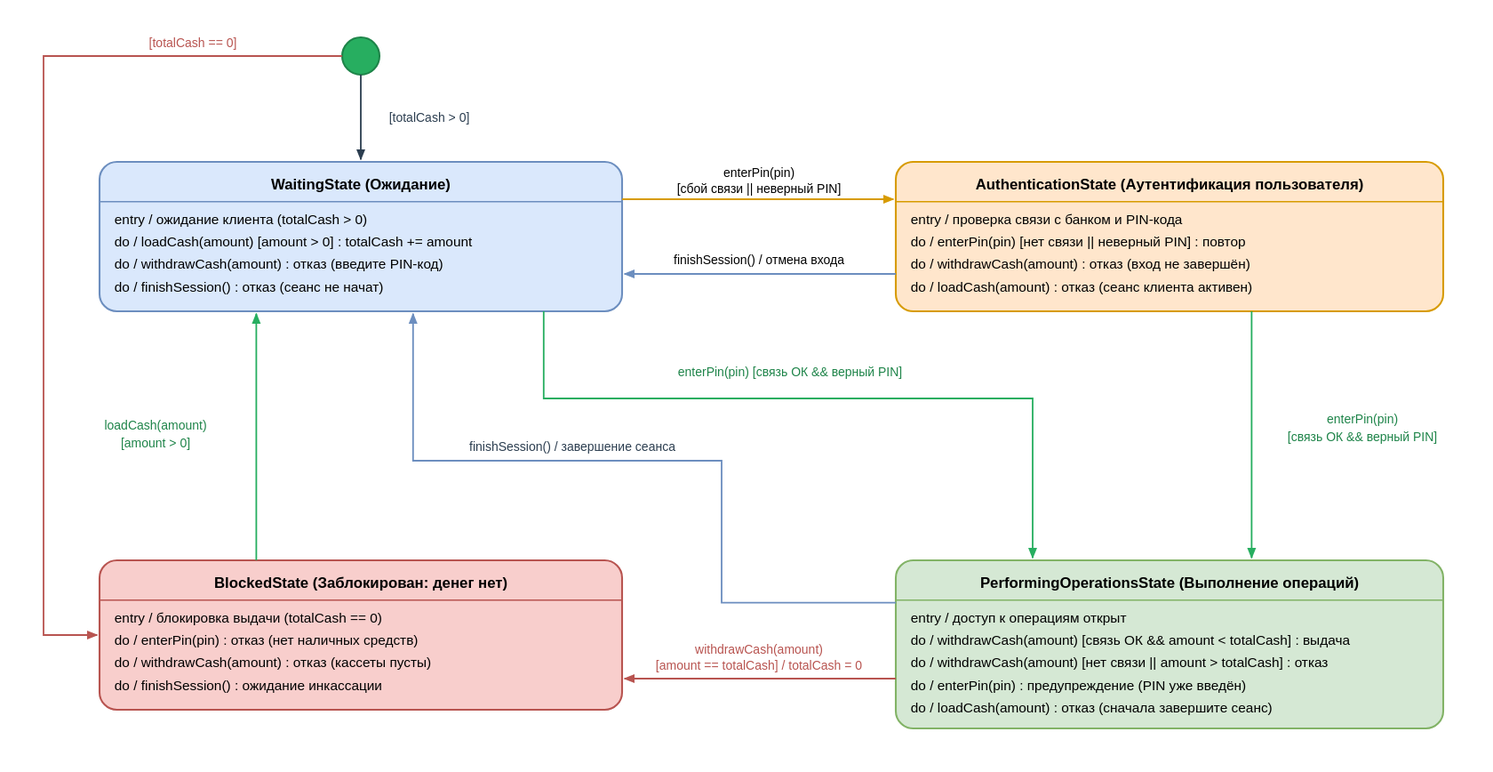
NomenConservandum/informational-systems-and-design-lab-exercises keeps this PlantUML diagram as lab-4/state_diagram.drawio.svg. Above is the earlier version. Its source is kept beside it as lab-4/state_diagram.puml.
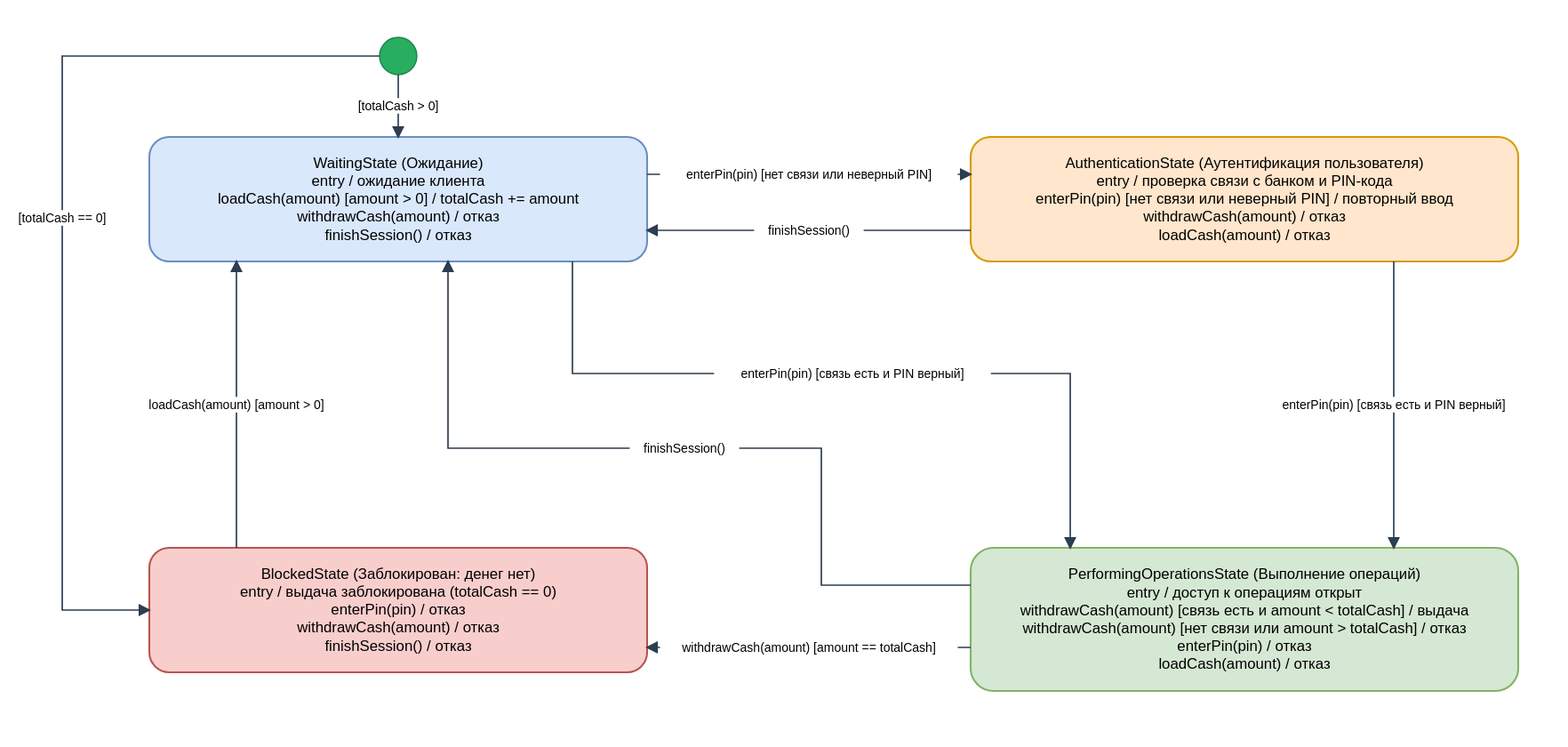
The same file after the commit.

Change to the diagram source:
```diff
@@ -1,6 +1,6 @@
 @startuml
 skinparam monochrome false
-skinparam roundcorner 12
+skinparam roundcorner 10
 skinparam shadowing false
 
 skinparam state {
@@ -11,47 +11,44 @@
     EndColor #C0392B
 }
 
-[*] --> WaitingState : Инициализация\n[totalCash > 0]
-[*] --> BlockedState : Инициализация\n[totalCash == 0]
+[*] --> WaitingState : [totalCash > 0]
+[*] --> BlockedState : [totalCash == 0]
 
 state WaitingState as "WaitingState\n(Ожидание)" {
-    WaitingState : entry / ожидание клиента (totalCash > 0)
+    WaitingState : entry / ожидание клиента
     WaitingState : loadCash(amount) [amount > 0] / totalCash += amount
-    WaitingState : withdrawCash(amount) / отказ: сначала введите PIN-код
-    WaitingState : finishSession() / отказ: сеанс не начат
+    WaitingState : withdrawCash(amount) / отказ
+    WaitingState : finishSession() / отказ
 }
 
 state AuthenticationState as "AuthenticationState\n(Аутентификация пользователя)" {
     AuthenticationState : entry / проверка связи с банком и PIN-кода
-    AuthenticationState : enterPin(pin) [сбой связи ИЛИ неверный PIN] / ожидание повтора
-    AuthenticationState : withdrawCash(amount) / отказ: вход не завершён
-    AuthenticationState : loadCash(amount) / отказ: сеанс клиента активен
+    AuthenticationState : enterPin(pin) [нет связи или неверный PIN] / повторный ввод
+    AuthenticationState : withdrawCash(amount) / отказ
+    AuthenticationState : loadCash(amount) / отказ
 }
 
 state PerformingOperationsState as "PerformingOperationsState\n(Выполнение операций)" {
     PerformingOperationsState : entry / доступ к операциям открыт
-    PerformingOperationsState : withdrawCash(amount) [связь ОК && amount < totalCash] / totalCash -= amount
-    PerformingOperationsState : withdrawCash(amount) [нет связи ИЛИ amount > totalCash] / отказ транзакции
-    PerformingOperationsState : enterPin(pin) / предупреждение: PIN уже введён
-    PerformingOperationsState : loadCash(amount) / отказ: сначала завершите сеанс
+    PerformingOperationsState : withdrawCash(amount) [связь есть и amount < totalCash] / выдача
+    PerformingOperationsState : withdrawCash(amount) [нет связи или amount > totalCash] / отказ
+    PerformingOperationsState : enterPin(pin) / отказ
+    PerformingOperationsState : loadCash(amount) / отказ
 }
 
 state BlockedState as "BlockedState\n(Заблокирован: денег нет)" {
-    BlockedState : entry / блокировка выдачи (totalCash == 0)
-    BlockedState : enterPin(pin) / отказ: нет наличных средств
-    BlockedState : withdrawCash(amount) / отказ: кассеты пусты
-    BlockedState : finishSession() / ожидание инкассации
+    BlockedState : entry / выдача заблокирована (totalCash == 0)
+    BlockedState : enterPin(pin) / отказ
+    BlockedState : withdrawCash(amount) / отказ
+    BlockedState : finishSession() / отказ
 }
 
-WaitingState --> AuthenticationState : enterPin(pin)\n[нет связи с банком ИЛИ неверный PIN]
-WaitingState --> PerformingOperationsState : enterPin(pin)\n[связь с банком ОК И верный PIN]
-
-AuthenticationState --> PerformingOperationsState : enterPin(pin)\n[связь с банком ОК И верный PIN]
-AuthenticationState --> WaitingState : finishSession()\n/ отмена аутентификации
-
-PerformingOperationsState --> WaitingState : finishSession()\n/ завершение обслуживания
-PerformingOperationsState --> BlockedState : withdrawCash(amount)\n[связь ОК && amount == totalCash]\n/ выдача остатка (totalCash = 0)
-
-BlockedState --> WaitingState : loadCash(amount) [amount > 0]\n/ инкассация (totalCash += amount)
+WaitingState --> AuthenticationState : enterPin(pin) [нет связи или неверный PIN]
+AuthenticationState --> WaitingState : finishSession()
+WaitingState --> PerformingOperationsState : enterPin(pin) [связь есть и PIN верный]
+AuthenticationState --> PerformingOperationsState : enterPin(pin) [связь есть и PIN верный]
+PerformingOperationsState --> WaitingState : finishSession()
+PerformingOperationsState --> BlockedState : withdrawCash(amount) [amount == totalCash]
+BlockedState --> WaitingState : loadCash(amount) [amount > 0]
 
 @enduml
```
